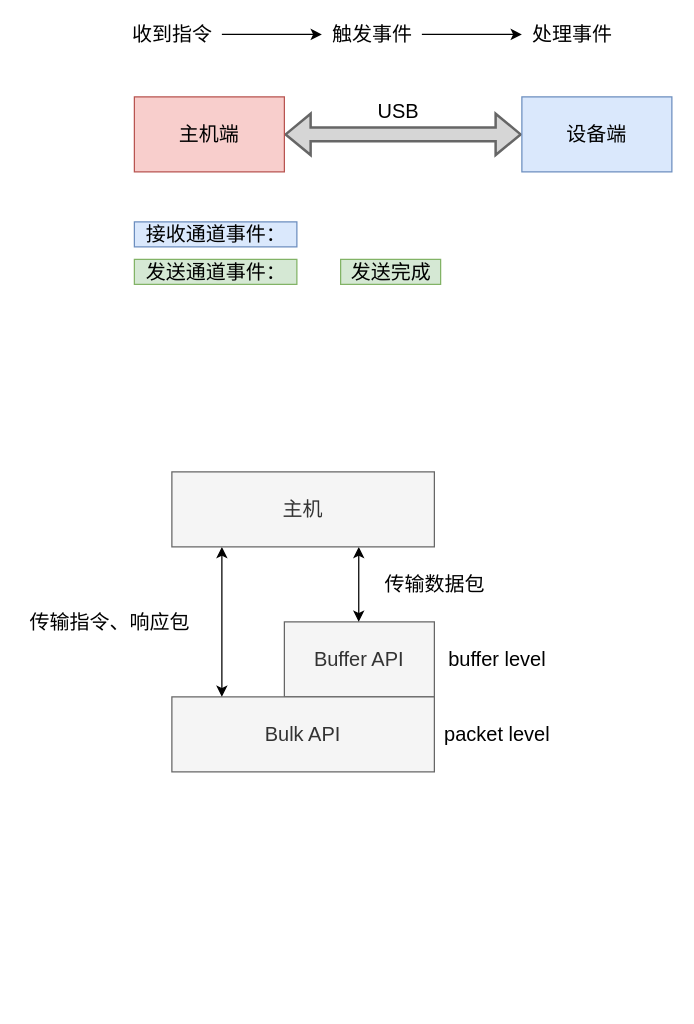
Before: page "草稿纸" (6 of 6) of Untitled Diagram.drawio in fuxinsen/test, a draw.io diagram. Source tidied: cells renumbered, new cells numbered last; positions are measured from the earlier drawing's top-left corner, leaving out a move shared by most shapes. Both pictures are drawn from the tidied source at 125%, with x=0, y=0 at pixel (21, 21).
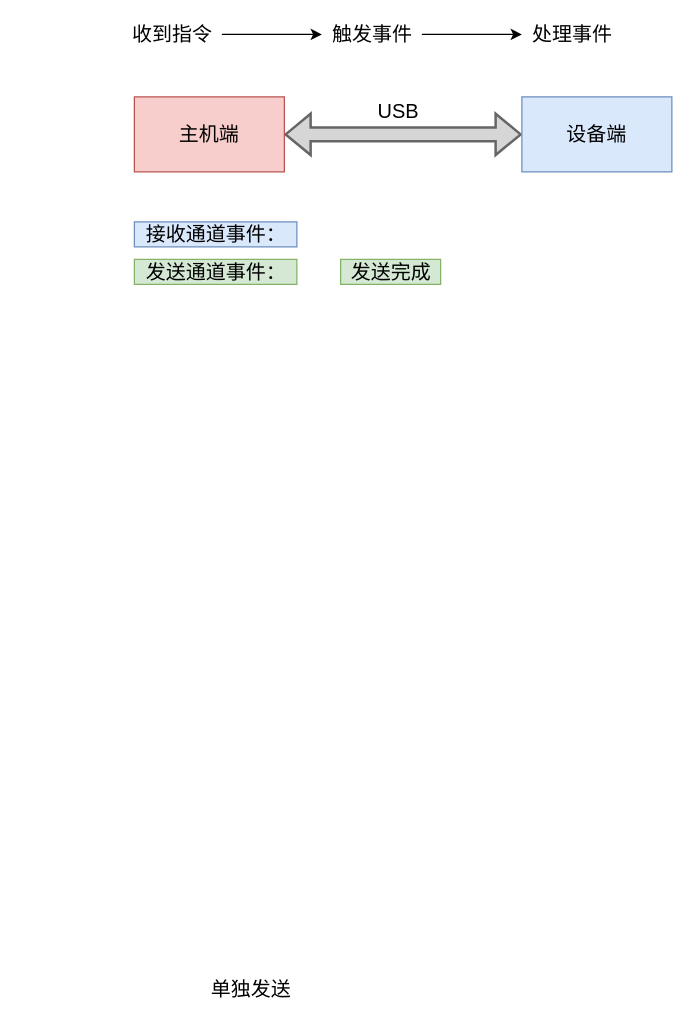
Above is the later version.

The edit, as a diff of the source:
```diff
@@
-    <mxCell id="14" value="Buffer API" style="rounded=0;whiteSpace=wrap;html=1;shadow=0;fontSize=16;fontColor=#333333;startSize=0;strokeColor=#666666;strokeWidth=1;fillColor=#f5f5f5;align=center;" parent="1" vertex="1">
-      <mxGeometry x="210" y="480" width="120" height="60" as="geometry" />
-    </mxCell>
-    <mxCell id="15" value="Bulk API" style="rounded=0;whiteSpace=wrap;html=1;shadow=0;fontSize=16;startSize=0;strokeWidth=1;align=center;fillColor=#f5f5f5;strokeColor=#666666;fontColor=#333333;" parent="1" vertex="1">
-      <mxGeometry x="120" y="540" width="210" height="60" as="geometry" />
-    </mxCell>
-    <mxCell id="16" style="endArrow=classic;startArrow=classic;html=1;fontSize=16;fontColor=#000000;strokeWidth=1;" parent="1" edge="1">
-      <mxGeometry relative="1" as="geometry">
-        <mxPoint x="269.5" y="480" as="sourcePoint" />
-        <mxPoint x="269.5" y="420" as="targetPoint" />
-      </mxGeometry>
-    </mxCell>
-    <mxCell id="17" value="传输数据包" style="text;html=1;align=center;verticalAlign=middle;strokeColor=none;fontSize=16;fontColor=#000000;" parent="1" vertex="1">
-      <mxGeometry x="280" y="440" width="100" height="20" as="geometry" />
-    </mxCell>
-    <mxCell id="18" style="endArrow=classic;startArrow=classic;html=1;fontSize=16;fontColor=#000000;strokeWidth=1;" parent="1" edge="1">
-      <mxGeometry relative="1" as="geometry">
-        <mxPoint x="160" y="540" as="sourcePoint" />
-        <mxPoint x="160" y="420" as="targetPoint" />
-      </mxGeometry>
-    </mxCell>
-    <mxCell id="19" value="主机" style="rounded=0;whiteSpace=wrap;html=1;shadow=0;fontSize=16;startSize=0;strokeWidth=1;align=center;fillColor=#f5f5f5;strokeColor=#666666;fontColor=#333333;" parent="1" vertex="1">
-      <mxGeometry x="120" y="360" width="210" height="60" as="geometry" />
-    </mxCell>
-    <mxCell id="20" value="传输指令、响应包" style="text;html=1;align=center;verticalAlign=middle;strokeColor=none;fontSize=16;fontColor=#000000;" parent="1" vertex="1">
-      <mxGeometry y="470" width="140" height="20" as="geometry" />
-    </mxCell>
-    <mxCell id="21" value="packet level" style="text;html=1;align=center;verticalAlign=middle;strokeColor=none;fontSize=16;fontColor=#000000;" parent="1" vertex="1">
-      <mxGeometry x="330" y="560" width="100" height="20" as="geometry" />
-    </mxCell>
-    <mxCell id="22" value="buffer level" style="text;html=1;align=center;verticalAlign=middle;strokeColor=none;fontSize=16;fontColor=#000000;" parent="1" vertex="1">
-      <mxGeometry x="335" y="500" width="90" height="20" as="geometry" />
-    </mxCell>
+    <mxCell id="23" value="单独发送" style="text;html=1;align=center;verticalAlign=middle;strokeColor=none;fontSize=16;fontColor=#000000;" parent="1" vertex="1">
+      <mxGeometry x="146" y="762" width="74" height="23" as="geometry" />
+    </mxCell>
```
